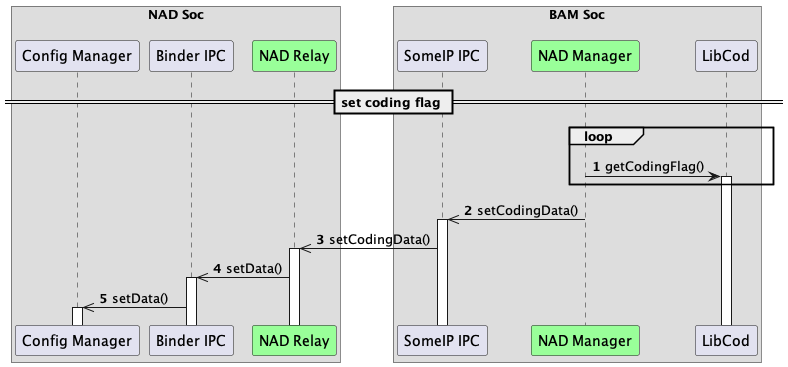
Earlier version of the PlantUML export out/doc/SA cert/Design/figures/sequence_diagram/coding/coding.png (taikt/codefun). Source of this version:
```plantuml
@startuml
!pragma teoz true
autonumber

autoactivate on
box "NAD Soc\n"

    participant "Config Manager" as config

    participant "Binder IPC" as bin



    participant "NAD Relay" as code_pro #99FF99

end box



box "BAM Soc\n"
    participant "SomeIP IPC" as sip


    participant "NAD Manager" as nadm #99FF99


    participant "LibCod" as lib

end box



== set coding flag ==
    loop
    nadm -> lib: getCodingFlag()
    end loop

    nadm ->> sip: setCodingData()
    sip ->> code_pro: setCodingData()
    code_pro ->> bin: setData()
    bin ->> config: setData()



@enduml
```
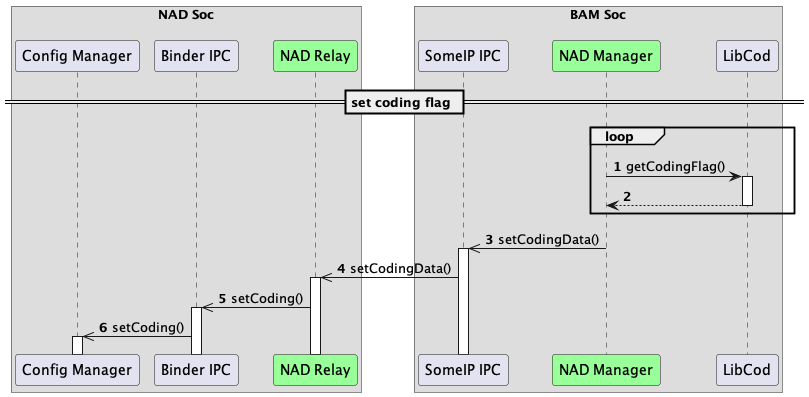
After the change.

The edit, as a diff of the source:
```diff
@@ -33,12 +33,13 @@
 == set coding flag ==
     loop
     nadm -> lib: getCodingFlag()
+    nadm <-- lib:
     end loop
 
     nadm ->> sip: setCodingData()
     sip ->> code_pro: setCodingData()
-    code_pro ->> bin: setData()
-    bin ->> config: setData()
+    code_pro ->> bin: setCoding()
+    bin ->> config: setCoding()
 
 
 
```
